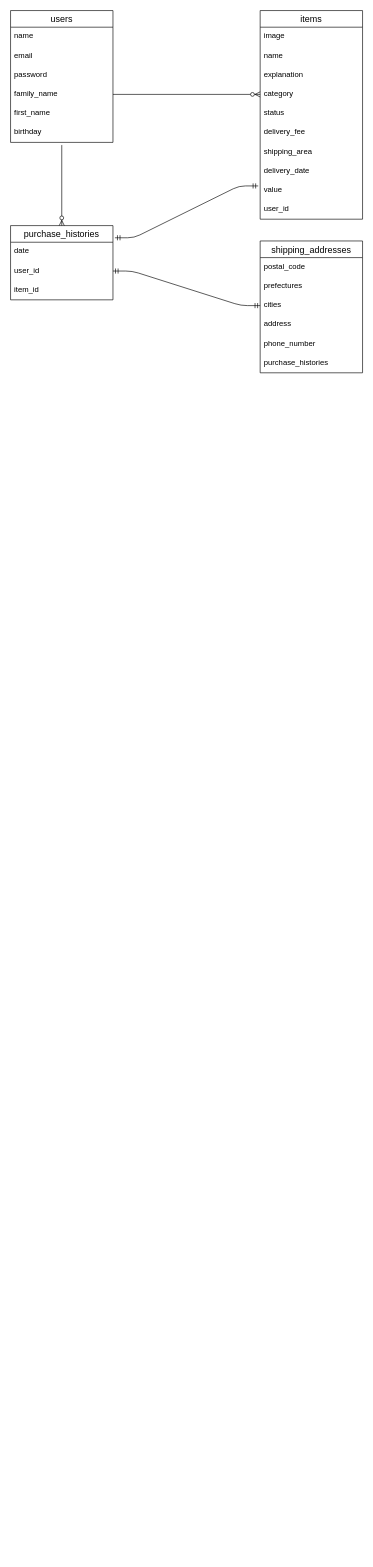
This is er..dio from yoshiaki-g/furima-28178, a draw.io file, before an edit. Source tidied: cells renumbered, new cells numbered last; positions are measured from the earlier drawing's top-left corner, leaving out a move shared by most shapes. Both pictures are drawn from the tidied source at 64%, with x=0, y=0 at pixel (10, 10).
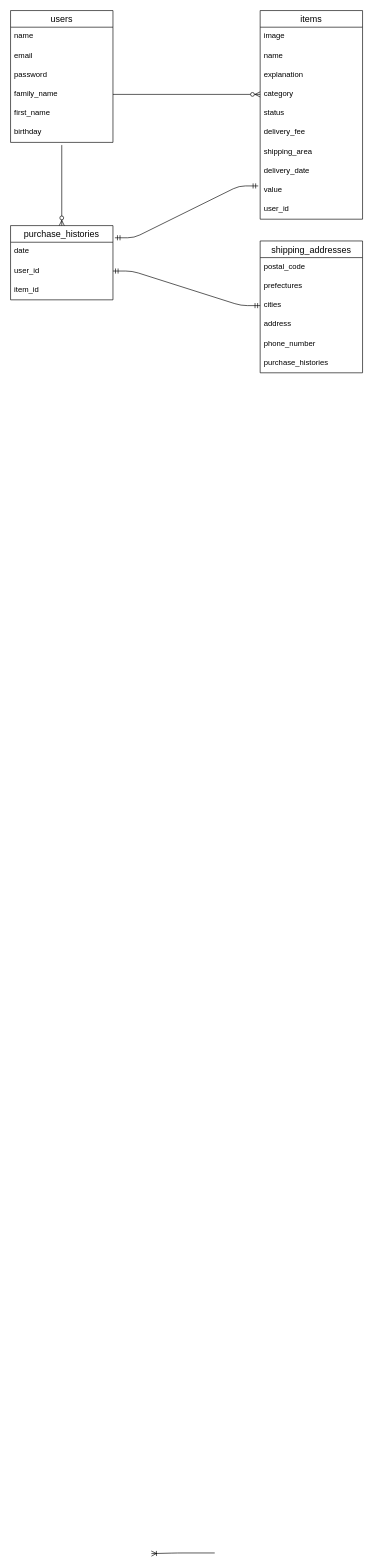
The same diagram, later.

What changed in the source:
```diff
@@
+    <mxCell id="35" style="fontSize=12;html=1;endArrow=none;startArrow=ERoneToMany;exitX=0.994;exitY=0.167;exitDx=0;exitDy=0;exitPerimeter=0;entryX=-0.012;entryY=0.133;entryDx=0;entryDy=0;entryPerimeter=0;endFill=0;startFill=0;" parent="1" edge="1">
+      <mxGeometry relative="1" as="geometry">
+        <mxPoint x="220" y="2411" as="sourcePoint" />
+        <mxPoint x="319" y="2410" as="targetPoint" />
+        <Array as="points">
+          <mxPoint x="261" y="2410" />
+        </Array>
+      </mxGeometry>
+    </mxCell>
```
